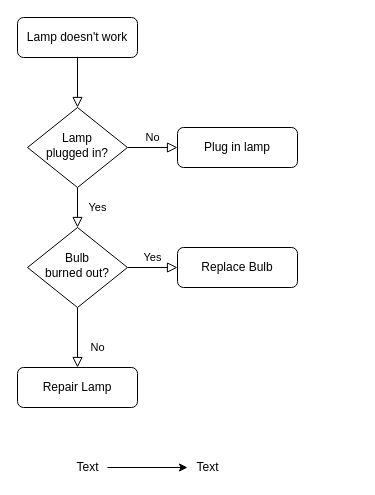
The draw.io diagram Untitled Diagram.drawio in MitsuhashiRyota/test, before the edit. Source tidied: cells renumbered, new cells numbered last; positions are measured from the earlier drawing's top-left corner, leaving out a move shared by most shapes. Both pictures are drawn from the tidied source at 100%, with x=0, y=0 at pixel (17, 17).
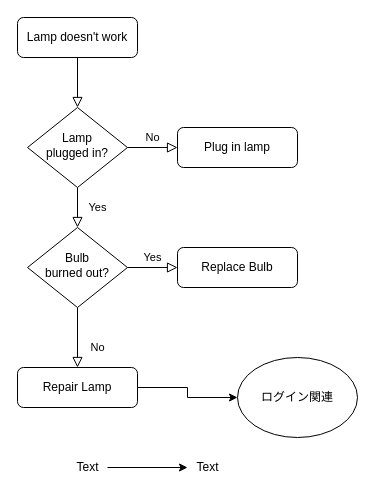
After the change.

Commit message:
ログイン関連の図形を追加

Diff of the diagram source:
```diff
@@
 <mxGraphModel>
   <root>
     <mxCell id="0" />
     <mxCell id="1" parent="0" />
     <mxCell id="2" style="rounded=0;html=1;jettySize=auto;fontSize=11;endArrow=block;endFill=0;endSize=8;strokeWidth=1;shadow=0;labelBackgroundColor=none;edgeStyle=orthogonalEdgeStyle;" parent="1" edge="1" source="3" target="6">
       <mxGeometry relative="1" as="geometry" />
     </mxCell>
     <mxCell id="3" value="Lamp doesn't work" style="rounded=1;whiteSpace=wrap;html=1;fontSize=12;glass=0;strokeWidth=1;shadow=0;" parent="1" vertex="1">
       <mxGeometry width="120" height="40" as="geometry" />
     </mxCell>
     <mxCell id="4" value="Yes" style="rounded=0;html=1;jettySize=auto;fontSize=11;endArrow=block;endFill=0;endSize=8;strokeWidth=1;shadow=0;labelBackgroundColor=none;edgeStyle=orthogonalEdgeStyle;" parent="1" edge="1" source="6" target="10">
       <mxGeometry y="20" relative="1" as="geometry" />
     </mxCell>
     <mxCell id="5" value="No" style="edgeStyle=orthogonalEdgeStyle;rounded=0;html=1;jettySize=auto;fontSize=11;endArrow=block;endFill=0;endSize=8;strokeWidth=1;shadow=0;labelBackgroundColor=none;" parent="1" edge="1" source="6" target="7">
       <mxGeometry y="10" relative="1" as="geometry" />
     </mxCell>
     <mxCell id="6" value="Lamp&lt;br&gt;plugged in?" style="rhombus;whiteSpace=wrap;html=1;shadow=0;fontFamily=Helvetica;fontSize=12;align=center;strokeWidth=1;spacing=6;spacingTop=-4;" parent="1" vertex="1">
       <mxGeometry x="10" y="90" width="100" height="80" as="geometry" />
     </mxCell>
     <mxCell id="7" value="Plug in lamp" style="rounded=1;whiteSpace=wrap;html=1;fontSize=12;glass=0;strokeWidth=1;shadow=0;" parent="1" vertex="1">
       <mxGeometry x="160" y="110" width="120" height="40" as="geometry" />
     </mxCell>
     <mxCell id="8" value="No" style="rounded=0;html=1;jettySize=auto;fontSize=11;endArrow=block;endFill=0;endSize=8;strokeWidth=1;shadow=0;labelBackgroundColor=none;edgeStyle=orthogonalEdgeStyle;" parent="1" edge="1" source="10" target="11">
       <mxGeometry x="0.33" y="20" relative="1" as="geometry" />
     </mxCell>
     <mxCell id="9" value="Yes" style="edgeStyle=orthogonalEdgeStyle;rounded=0;html=1;jettySize=auto;fontSize=11;endArrow=block;endFill=0;endSize=8;strokeWidth=1;shadow=0;labelBackgroundColor=none;" parent="1" edge="1" source="10" target="12">
       <mxGeometry y="10" relative="1" as="geometry" />
     </mxCell>
     <mxCell id="10" value="Bulb&lt;br&gt;burned out?" style="rhombus;whiteSpace=wrap;html=1;shadow=0;fontFamily=Helvetica;fontSize=12;align=center;strokeWidth=1;spacing=6;spacingTop=-4;" parent="1" vertex="1">
       <mxGeometry x="10" y="210" width="100" height="80" as="geometry" />
     </mxCell>
+    <mxCell id="16" style="edgeStyle=orthogonalEdgeStyle;rounded=0;jettySize=auto;html=1;exitX=1;exitY=0.5;exitDx=0;exitDy=0;" parent="1" edge="1" source="11" target="17">
+      <mxGeometry relative="1" as="geometry" />
+    </mxCell>
     <mxCell id="11" value="Repair Lamp" style="rounded=1;whiteSpace=wrap;html=1;fontSize=12;glass=0;strokeWidth=1;shadow=0;" parent="1" vertex="1">
       <mxGeometry y="350" width="120" height="40" as="geometry" />
     </mxCell>
     <mxCell id="12" value="Replace Bulb" style="rounded=1;whiteSpace=wrap;html=1;fontSize=12;glass=0;strokeWidth=1;shadow=0;" parent="1" vertex="1">
       <mxGeometry x="160" y="230" width="120" height="40" as="geometry" />
     </mxCell>
     <mxCell id="13" style="edgeStyle=orthogonalEdgeStyle;rounded=0;jettySize=auto;html=1;" parent="1" edge="1" source="14" target="15">
       <mxGeometry relative="1" as="geometry" />
     </mxCell>
     <mxCell id="14" value="Text" style="text;html=1;align=center;verticalAlign=middle;points=[];" parent="1" vertex="1">
       <mxGeometry x="50" y="440" width="40" height="20" as="geometry" />
     </mxCell>
     <mxCell id="15" value="Text" style="text;html=1;align=center;verticalAlign=middle;points=[];" parent="1" vertex="1">
       <mxGeometry x="170" y="440" width="40" height="20" as="geometry" />
     </mxCell>
+    <mxCell id="17" value="ログイン関連" style="ellipse;whiteSpace=wrap;html=1;" parent="1" vertex="1">
+      <mxGeometry x="220" y="340" width="120" height="80" as="geometry" />
+    </mxCell>
   </root>
 </mxGraphModel>
```
